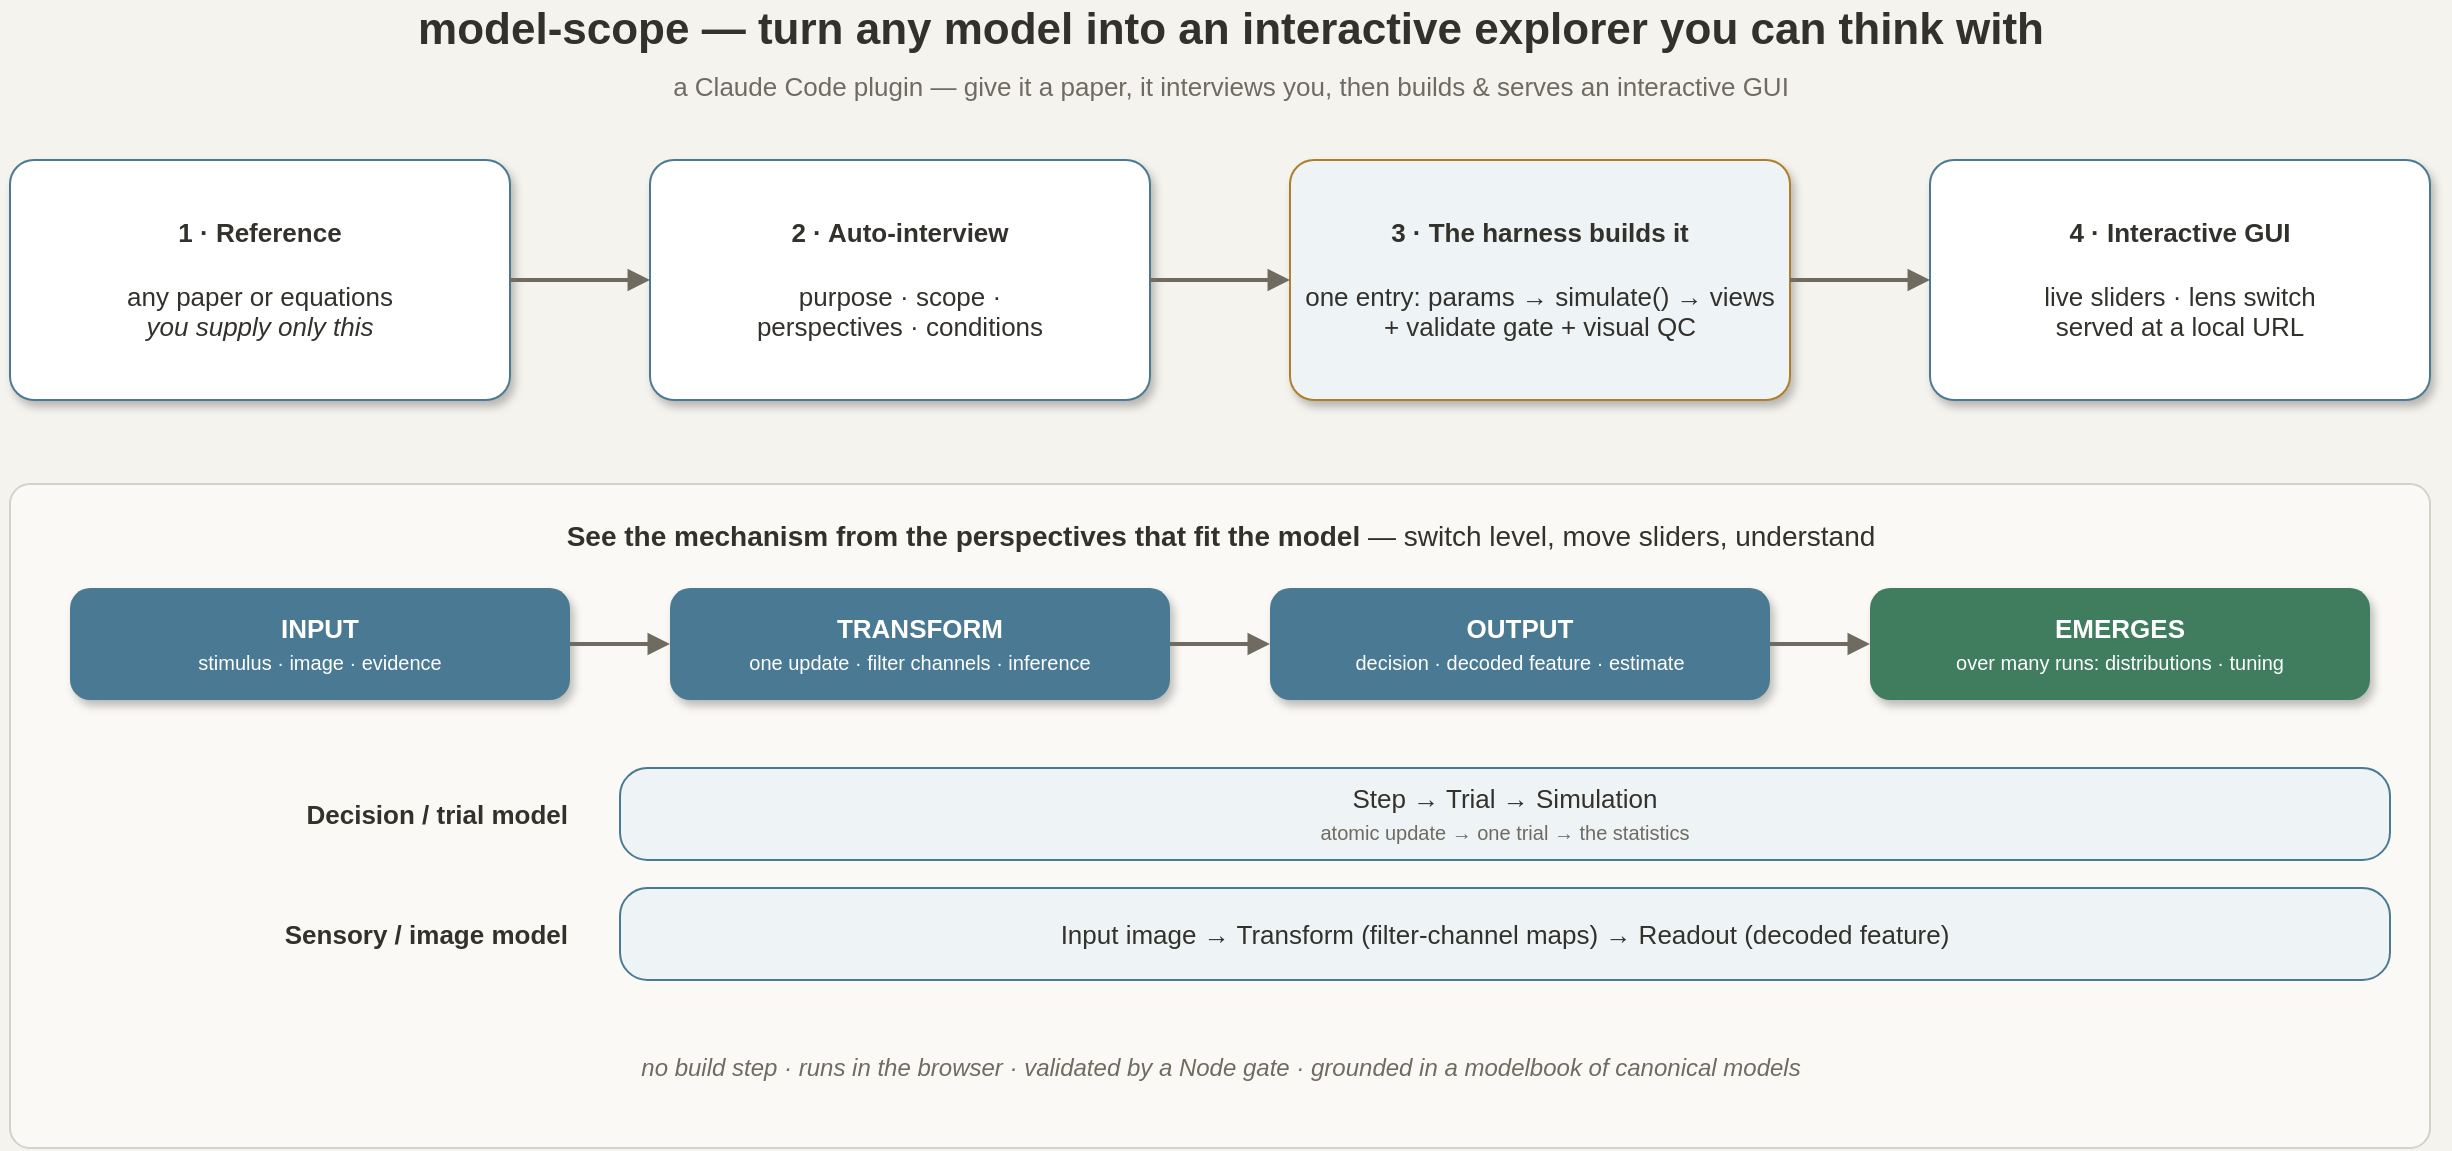
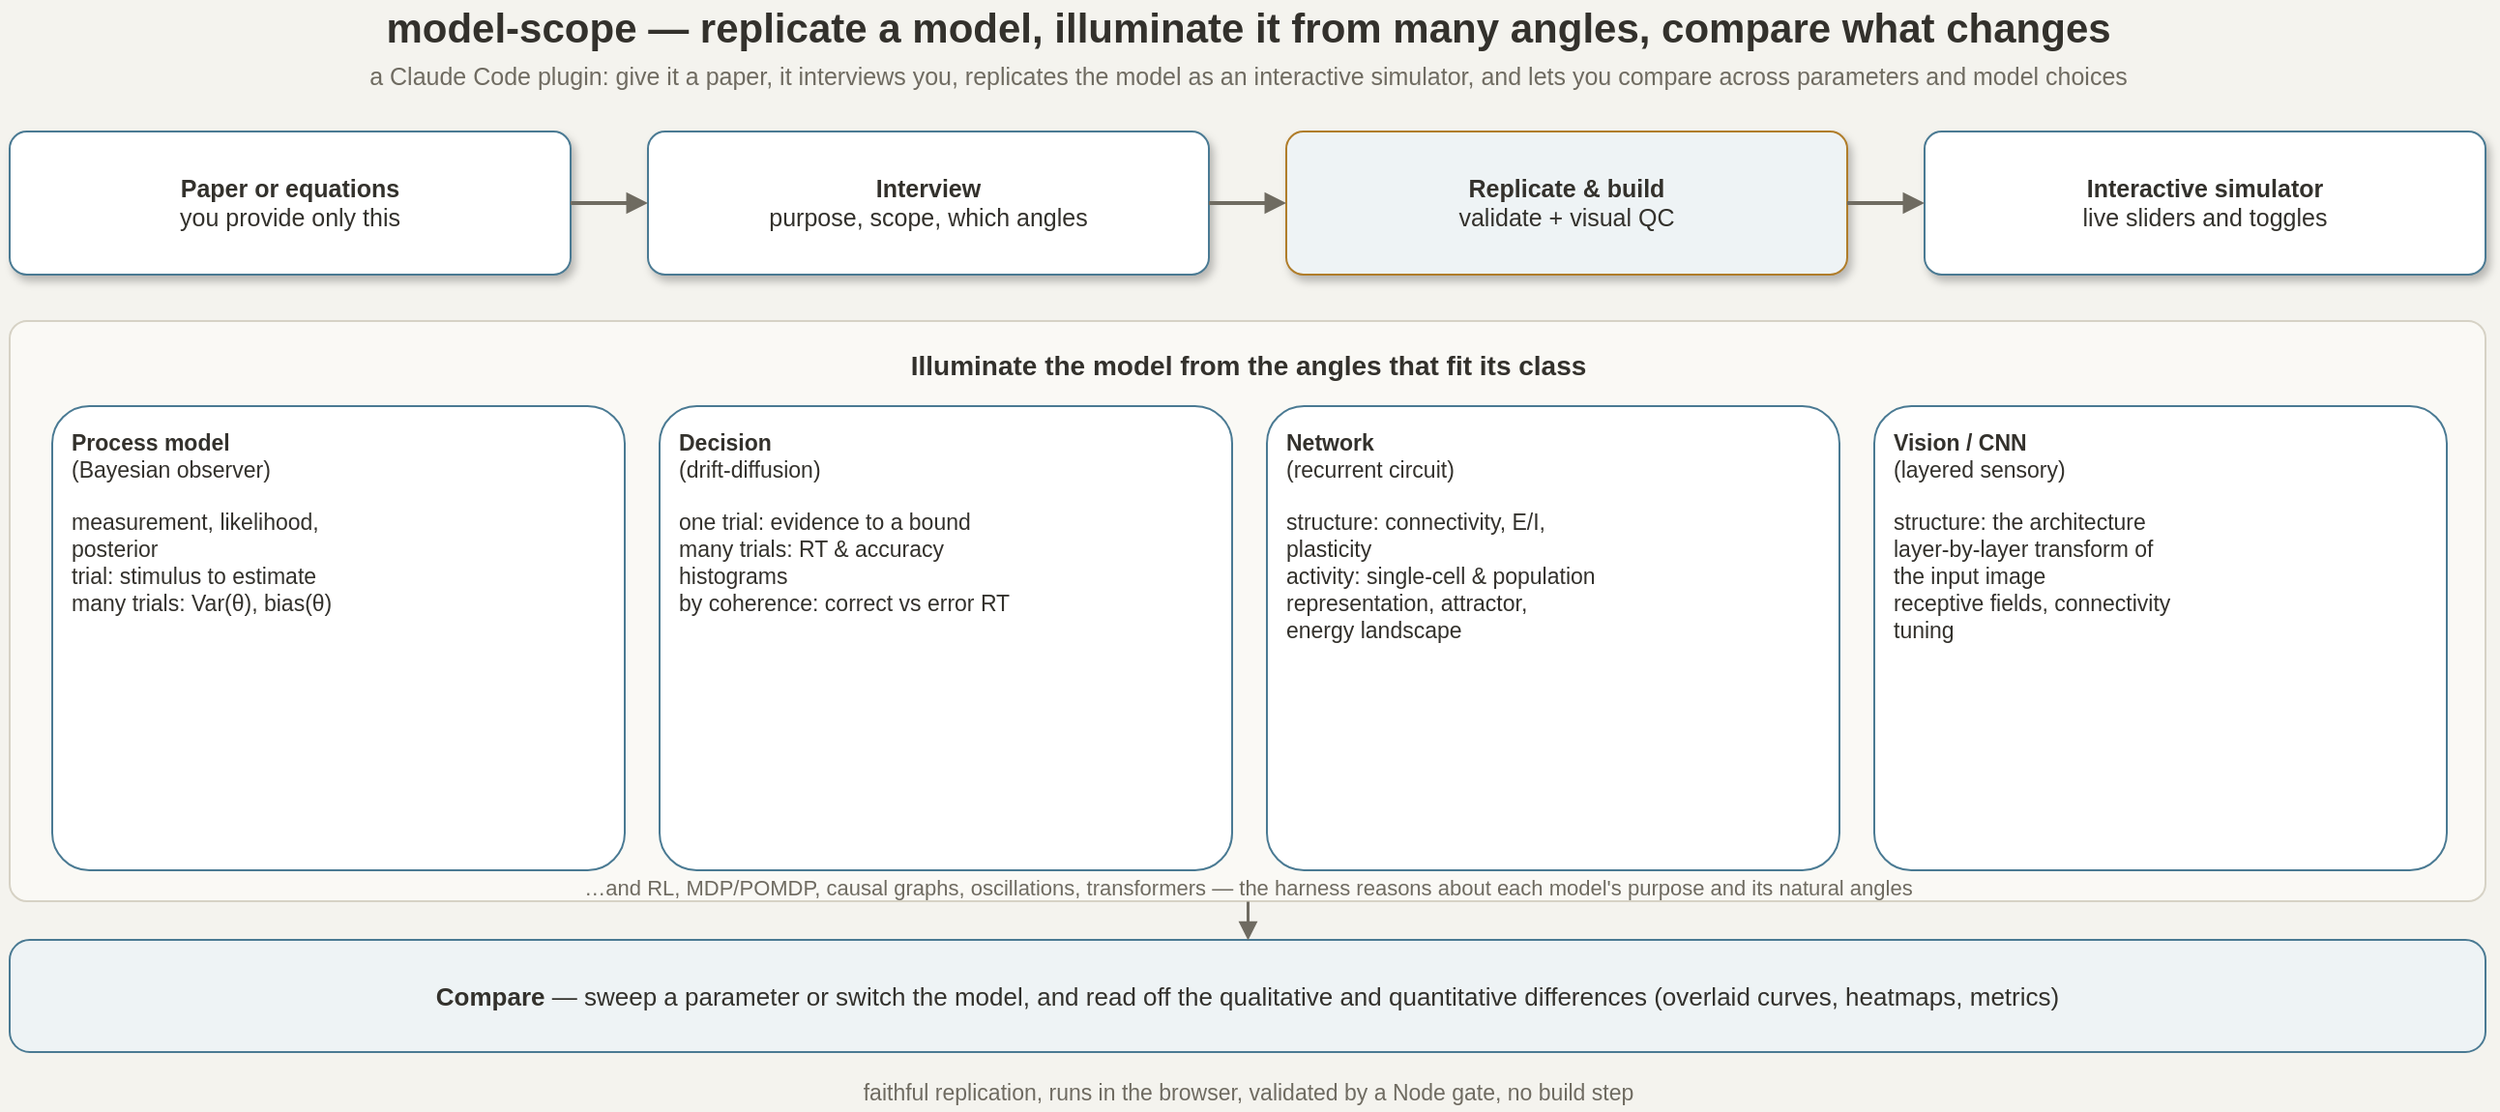
<mxfile host="model-scope">
-   <diagram name="model-scope-graphical-abstract">
-     <mxGraphModel dx="900" dy="640" grid="0" gridSize="10" guides="1" tooltips="1" connect="1" arrows="1" fold="1" page="1" pageScale="1" pageWidth="1300" pageHeight="620" math="0" shadow="0" background="#f4f3ee">
+   <diagram name="model-scope-overview">
+     <mxGraphModel dx="980" dy="700" grid="0" gridSize="10" guides="1" tooltips="1" connect="1" arrows="1" fold="1" page="1" pageScale="1" pageWidth="1340" pageHeight="700" math="0" shadow="0" background="#f4f3ee">
      <root>
        <mxCell id="0"/>
        <mxCell id="1" parent="0"/>

-         <mxCell id="title" value="model-scope — turn any model into an interactive explorer you can think with" style="text;html=1;strokeColor=none;fillColor=none;align=center;verticalAlign=middle;fontSize=22;fontStyle=1;fontColor=#33312c;" vertex="1" parent="1"><mxGeometry x="40" y="20" width="1220" height="30" as="geometry"/></mxCell>
-         <mxCell id="sub" value="a Claude Code plugin — give it a paper, it interviews you, then builds &amp; serves an interactive GUI" style="text;html=1;strokeColor=none;fillColor=none;align=center;verticalAlign=middle;fontSize=13;fontColor=#6f6b61;" vertex="1" parent="1"><mxGeometry x="40" y="52" width="1220" height="22" as="geometry"/></mxCell>
+         <mxCell id="title" value="model-scope — replicate a model, illuminate it from many angles, compare what changes" style="text;html=1;strokeColor=none;fillColor=none;align=center;verticalAlign=middle;fontSize=21;fontStyle=1;fontColor=#33312c;" vertex="1" parent="1"><mxGeometry x="30" y="18" width="1280" height="28" as="geometry"/></mxCell>
+         <mxCell id="sub" value="a Claude Code plugin: give it a paper, it interviews you, replicates the model as an interactive simulator, and lets you compare across parameters and model choices" style="text;html=1;strokeColor=none;fillColor=none;align=center;verticalAlign=middle;fontSize=12.5;fontColor=#6f6b61;" vertex="1" parent="1"><mxGeometry x="30" y="48" width="1280" height="20" as="geometry"/></mxCell>

-         <mxCell id="c1" value="&lt;b&gt;1 · Reference&lt;/b&gt;&lt;br&gt;&lt;br&gt;any paper or equations&lt;br&gt;&lt;i&gt;you supply only this&lt;/i&gt;" style="rounded=1;whiteSpace=wrap;html=1;arcSize=10;fillColor=#ffffff;strokeColor=#4a7a93;fontSize=13;fontColor=#33312c;align=center;verticalAlign=middle;shadow=1;" vertex="1" parent="1"><mxGeometry x="40" y="100" width="250" height="120" as="geometry"/></mxCell>
-         <mxCell id="c2" value="&lt;b&gt;2 · Auto-interview&lt;/b&gt;&lt;br&gt;&lt;br&gt;purpose · scope ·&lt;br&gt;perspectives · conditions" style="rounded=1;whiteSpace=wrap;html=1;arcSize=10;fillColor=#ffffff;strokeColor=#4a7a93;fontSize=13;fontColor=#33312c;align=center;verticalAlign=middle;shadow=1;" vertex="1" parent="1"><mxGeometry x="360" y="100" width="250" height="120" as="geometry"/></mxCell>
-         <mxCell id="c3" value="&lt;b&gt;3 · The harness builds it&lt;/b&gt;&lt;br&gt;&lt;br&gt;one entry: params → simulate() → views&lt;br&gt;+ validate gate + visual QC" style="rounded=1;whiteSpace=wrap;html=1;arcSize=10;fillColor=#eef3f5;strokeColor=#b07d2a;fontSize=13;fontColor=#33312c;align=center;verticalAlign=middle;shadow=1;" vertex="1" parent="1"><mxGeometry x="680" y="100" width="250" height="120" as="geometry"/></mxCell>
-         <mxCell id="c4" value="&lt;b&gt;4 · Interactive GUI&lt;/b&gt;&lt;br&gt;&lt;br&gt;live sliders · lens switch&lt;br&gt;served at a local URL" style="rounded=1;whiteSpace=wrap;html=1;arcSize=10;fillColor=#ffffff;strokeColor=#4a7a93;fontSize=13;fontColor=#33312c;align=center;verticalAlign=middle;shadow=1;" vertex="1" parent="1"><mxGeometry x="1000" y="100" width="250" height="120" as="geometry"/></mxCell>
+         <mxCell id="a1" value="&lt;b&gt;Paper or equations&lt;/b&gt;&lt;br&gt;you provide only this" style="rounded=1;whiteSpace=wrap;html=1;arcSize=12;fillColor=#ffffff;strokeColor=#4a7a93;fontSize=12.5;fontColor=#33312c;align=center;verticalAlign=middle;shadow=1;" vertex="1" parent="1"><mxGeometry x="30" y="86" width="290" height="74" as="geometry"/></mxCell>
+         <mxCell id="a2" value="&lt;b&gt;Interview&lt;/b&gt;&lt;br&gt;purpose, scope, which angles" style="rounded=1;whiteSpace=wrap;html=1;arcSize=12;fillColor=#ffffff;strokeColor=#4a7a93;fontSize=12.5;fontColor=#33312c;align=center;verticalAlign=middle;shadow=1;" vertex="1" parent="1"><mxGeometry x="360" y="86" width="290" height="74" as="geometry"/></mxCell>
+         <mxCell id="a3" value="&lt;b&gt;Replicate &amp; build&lt;/b&gt;&lt;br&gt;validate + visual QC" style="rounded=1;whiteSpace=wrap;html=1;arcSize=12;fillColor=#eef3f5;strokeColor=#b07d2a;fontSize=12.5;fontColor=#33312c;align=center;verticalAlign=middle;shadow=1;" vertex="1" parent="1"><mxGeometry x="690" y="86" width="290" height="74" as="geometry"/></mxCell>
+         <mxCell id="a4" value="&lt;b&gt;Interactive simulator&lt;/b&gt;&lt;br&gt;live sliders and toggles" style="rounded=1;whiteSpace=wrap;html=1;arcSize=12;fillColor=#ffffff;strokeColor=#4a7a93;fontSize=12.5;fontColor=#33312c;align=center;verticalAlign=middle;shadow=1;" vertex="1" parent="1"><mxGeometry x="1020" y="86" width="290" height="74" as="geometry"/></mxCell>
+         <mxCell id="af1" style="endArrow=block;html=1;rounded=1;strokeColor=#6f6b61;strokeWidth=2;" edge="1" parent="1" source="a1" target="a2"><mxGeometry relative="1" as="geometry"/></mxCell>
+         <mxCell id="af2" style="endArrow=block;html=1;rounded=1;strokeColor=#6f6b61;strokeWidth=2;" edge="1" parent="1" source="a2" target="a3"><mxGeometry relative="1" as="geometry"/></mxCell>
+         <mxCell id="af3" style="endArrow=block;html=1;rounded=1;strokeColor=#6f6b61;strokeWidth=2;" edge="1" parent="1" source="a3" target="a4"><mxGeometry relative="1" as="geometry"/></mxCell>

-         <mxCell id="e1" style="endArrow=block;html=1;rounded=1;strokeColor=#6f6b61;strokeWidth=2;" edge="1" parent="1" source="c1" target="c2"><mxGeometry relative="1" as="geometry"/></mxCell>
-         <mxCell id="e2" style="endArrow=block;html=1;rounded=1;strokeColor=#6f6b61;strokeWidth=2;" edge="1" parent="1" source="c2" target="c3"><mxGeometry relative="1" as="geometry"/></mxCell>
-         <mxCell id="e3" style="endArrow=block;html=1;rounded=1;strokeColor=#6f6b61;strokeWidth=2;" edge="1" parent="1" source="c3" target="c4"><mxGeometry relative="1" as="geometry"/></mxCell>
+         <mxCell id="bbox" value="" style="rounded=1;whiteSpace=wrap;html=1;arcSize=3;fillColor=#faf9f5;strokeColor=#d6d2c5;verticalAlign=top;" vertex="1" parent="1"><mxGeometry x="30" y="184" width="1280" height="300" as="geometry"/></mxCell>
+         <mxCell id="btit" value="&lt;b&gt;Illuminate the model from the angles that fit its class&lt;/b&gt;" style="text;html=1;strokeColor=none;fillColor=none;align=center;verticalAlign=middle;fontSize=14;fontColor=#33312c;" vertex="1" parent="1"><mxGeometry x="50" y="196" width="1240" height="22" as="geometry"/></mxCell>

-         <mxCell id="pbox" value="" style="rounded=1;whiteSpace=wrap;html=1;arcSize=3;fillColor=#faf9f5;strokeColor=#d6d2c5;verticalAlign=top;" vertex="1" parent="1"><mxGeometry x="40" y="262" width="1210" height="332" as="geometry"/></mxCell>
-         <mxCell id="ptit" value="&lt;b&gt;See the mechanism from the perspectives that fit the model&lt;/b&gt; — switch level, move sliders, understand" style="text;html=1;strokeColor=none;fillColor=none;align=center;verticalAlign=middle;fontSize=14;fontColor=#33312c;" vertex="1" parent="1"><mxGeometry x="60" y="276" width="1170" height="24" as="geometry"/></mxCell>
+         <mxCell id="cl1" value="&lt;b&gt;Process model&lt;/b&gt;&lt;br&gt;(Bayesian observer)&lt;br&gt;&lt;br&gt;measurement, likelihood,&lt;br&gt;posterior&lt;br&gt;trial: stimulus to estimate&lt;br&gt;many trials: Var(θ), bias(θ)" style="rounded=1;whiteSpace=wrap;html=1;arcSize=8;fillColor=#ffffff;strokeColor=#4a7a93;fontSize=11.5;fontColor=#33312c;align=left;verticalAlign=top;spacingLeft=8;spacingTop=6;" vertex="1" parent="1"><mxGeometry x="52" y="228" width="296" height="240" as="geometry"/></mxCell>
+         <mxCell id="cl2" value="&lt;b&gt;Decision&lt;/b&gt;&lt;br&gt;(drift-diffusion)&lt;br&gt;&lt;br&gt;one trial: evidence to a bound&lt;br&gt;many trials: RT &amp; accuracy&lt;br&gt;histograms&lt;br&gt;by coherence: correct vs error RT" style="rounded=1;whiteSpace=wrap;html=1;arcSize=8;fillColor=#ffffff;strokeColor=#4a7a93;fontSize=11.5;fontColor=#33312c;align=left;verticalAlign=top;spacingLeft=8;spacingTop=6;" vertex="1" parent="1"><mxGeometry x="366" y="228" width="296" height="240" as="geometry"/></mxCell>
+         <mxCell id="cl3" value="&lt;b&gt;Network&lt;/b&gt;&lt;br&gt;(recurrent circuit)&lt;br&gt;&lt;br&gt;structure: connectivity, E/I,&lt;br&gt;plasticity&lt;br&gt;activity: single-cell &amp; population&lt;br&gt;representation, attractor,&lt;br&gt;energy landscape" style="rounded=1;whiteSpace=wrap;html=1;arcSize=8;fillColor=#ffffff;strokeColor=#4a7a93;fontSize=11.5;fontColor=#33312c;align=left;verticalAlign=top;spacingLeft=8;spacingTop=6;" vertex="1" parent="1"><mxGeometry x="680" y="228" width="296" height="240" as="geometry"/></mxCell>
+         <mxCell id="cl4" value="&lt;b&gt;Vision / CNN&lt;/b&gt;&lt;br&gt;(layered sensory)&lt;br&gt;&lt;br&gt;structure: the architecture&lt;br&gt;layer-by-layer transform of&lt;br&gt;the input image&lt;br&gt;receptive fields, connectivity&lt;br&gt;tuning" style="rounded=1;whiteSpace=wrap;html=1;arcSize=8;fillColor=#ffffff;strokeColor=#4a7a93;fontSize=11.5;fontColor=#33312c;align=left;verticalAlign=top;spacingLeft=8;spacingTop=6;" vertex="1" parent="1"><mxGeometry x="994" y="228" width="296" height="240" as="geometry"/></mxCell>
+         <mxCell id="cmore" value="…and RL, MDP/POMDP, causal graphs, oscillations, transformers — the harness reasons about each model's purpose and its natural angles" style="text;html=1;strokeColor=none;fillColor=none;align=center;verticalAlign=middle;fontSize=11;fontColor=#6f6b61;" vertex="1" parent="1"><mxGeometry x="50" y="470" width="1240" height="14" as="geometry"/></mxCell>

-         <mxCell id="s1" value="&lt;b&gt;INPUT&lt;/b&gt;&lt;br&gt;&lt;font style='font-size:10px'&gt;stimulus · image · evidence&lt;/font&gt;" style="rounded=1;whiteSpace=wrap;html=1;arcSize=18;fillColor=#4a7a93;strokeColor=none;fontColor=#ffffff;fontSize=13;align=center;verticalAlign=middle;shadow=1;" vertex="1" parent="1"><mxGeometry x="70" y="314" width="250" height="56" as="geometry"/></mxCell>
-         <mxCell id="s2" value="&lt;b&gt;TRANSFORM&lt;/b&gt;&lt;br&gt;&lt;font style='font-size:10px'&gt;one update · filter channels · inference&lt;/font&gt;" style="rounded=1;whiteSpace=wrap;html=1;arcSize=18;fillColor=#4a7a93;strokeColor=none;fontColor=#ffffff;fontSize=13;align=center;verticalAlign=middle;shadow=1;" vertex="1" parent="1"><mxGeometry x="370" y="314" width="250" height="56" as="geometry"/></mxCell>
-         <mxCell id="s3" value="&lt;b&gt;OUTPUT&lt;/b&gt;&lt;br&gt;&lt;font style='font-size:10px'&gt;decision · decoded feature · estimate&lt;/font&gt;" style="rounded=1;whiteSpace=wrap;html=1;arcSize=18;fillColor=#4a7a93;strokeColor=none;fontColor=#ffffff;fontSize=13;align=center;verticalAlign=middle;shadow=1;" vertex="1" parent="1"><mxGeometry x="670" y="314" width="250" height="56" as="geometry"/></mxCell>
-         <mxCell id="s4" value="&lt;b&gt;EMERGES&lt;/b&gt;&lt;br&gt;&lt;font style='font-size:10px'&gt;over many runs: distributions · tuning&lt;/font&gt;" style="rounded=1;whiteSpace=wrap;html=1;arcSize=18;fillColor=#3f7d5e;strokeColor=none;fontColor=#ffffff;fontSize=13;align=center;verticalAlign=middle;shadow=1;" vertex="1" parent="1"><mxGeometry x="970" y="314" width="250" height="56" as="geometry"/></mxCell>
+         <mxCell id="cbar" value="&lt;b&gt;Compare&lt;/b&gt;  —  sweep a parameter or switch the model, and read off the qualitative and quantitative differences (overlaid curves, heatmaps, metrics)" style="rounded=1;whiteSpace=wrap;html=1;arcSize=18;fillColor=#eef3f5;strokeColor=#4a7a93;fontSize=13;fontColor=#33312c;align=center;verticalAlign=middle;" vertex="1" parent="1"><mxGeometry x="30" y="504" width="1280" height="58" as="geometry"/></mxCell>
+         <mxCell id="bf1" style="endArrow=block;html=1;rounded=1;strokeColor=#6f6b61;strokeWidth=1.5;" edge="1" parent="1" source="bbox" target="cbar"><mxGeometry relative="1" as="geometry"/></mxCell>

-         <mxCell id="se1" style="endArrow=block;html=1;rounded=1;strokeColor=#6f6b61;strokeWidth=2;" edge="1" parent="1" source="s1" target="s2"><mxGeometry relative="1" as="geometry"/></mxCell>
-         <mxCell id="se2" style="endArrow=block;html=1;rounded=1;strokeColor=#6f6b61;strokeWidth=2;" edge="1" parent="1" source="s2" target="s3"><mxGeometry relative="1" as="geometry"/></mxCell>
-         <mxCell id="se3" style="endArrow=block;html=1;rounded=1;strokeColor=#6f6b61;strokeWidth=2;" edge="1" parent="1" source="s3" target="s4"><mxGeometry relative="1" as="geometry"/></mxCell>
- 
-         <mxCell id="r1l" value="&lt;b&gt;Decision / trial model&lt;/b&gt;" style="text;html=1;strokeColor=none;fillColor=none;align=right;verticalAlign=middle;fontSize=13;fontColor=#33312c;" vertex="1" parent="1"><mxGeometry x="70" y="404" width="250" height="46" as="geometry"/></mxCell>
-         <mxCell id="r1p" value="Step  →  Trial  →  Simulation&lt;br&gt;&lt;font style='font-size:10px;color:#6f6b61'&gt;atomic update  →  one trial  →  the statistics&lt;/font&gt;" style="rounded=1;whiteSpace=wrap;html=1;arcSize=30;fillColor=#eef3f5;strokeColor=#4a7a93;fontColor=#33312c;fontSize=13;align=center;verticalAlign=middle;" vertex="1" parent="1"><mxGeometry x="345" y="404" width="885" height="46" as="geometry"/></mxCell>
-         <mxCell id="r2l" value="&lt;b&gt;Sensory / image model&lt;/b&gt;" style="text;html=1;strokeColor=none;fillColor=none;align=right;verticalAlign=middle;fontSize=13;fontColor=#33312c;" vertex="1" parent="1"><mxGeometry x="70" y="464" width="250" height="46" as="geometry"/></mxCell>
-         <mxCell id="r2p" value="Input image  →  Transform (filter-channel maps)  →  Readout (decoded feature)" style="rounded=1;whiteSpace=wrap;html=1;arcSize=30;fillColor=#eef3f5;strokeColor=#4a7a93;fontColor=#33312c;fontSize=13;align=center;verticalAlign=middle;" vertex="1" parent="1"><mxGeometry x="345" y="464" width="885" height="46" as="geometry"/></mxCell>
- 
-         <mxCell id="foot" value="&lt;i&gt;no build step · runs in the browser · validated by a Node gate · grounded in a modelbook of canonical models&lt;/i&gt;" style="text;html=1;strokeColor=none;fillColor=none;align=center;verticalAlign=middle;fontSize=12;fontColor=#6f6b61;" vertex="1" parent="1"><mxGeometry x="60" y="532" width="1170" height="44" as="geometry"/></mxCell>
+         <mxCell id="foot" value="faithful replication, runs in the browser, validated by a Node gate, no build step" style="text;html=1;strokeColor=none;fillColor=none;align=center;verticalAlign=middle;fontSize=11.5;fontColor=#6f6b61;" vertex="1" parent="1"><mxGeometry x="30" y="574" width="1280" height="18" as="geometry"/></mxCell>

      </root>
    </mxGraphModel>
  </diagram>
</mxfile>
